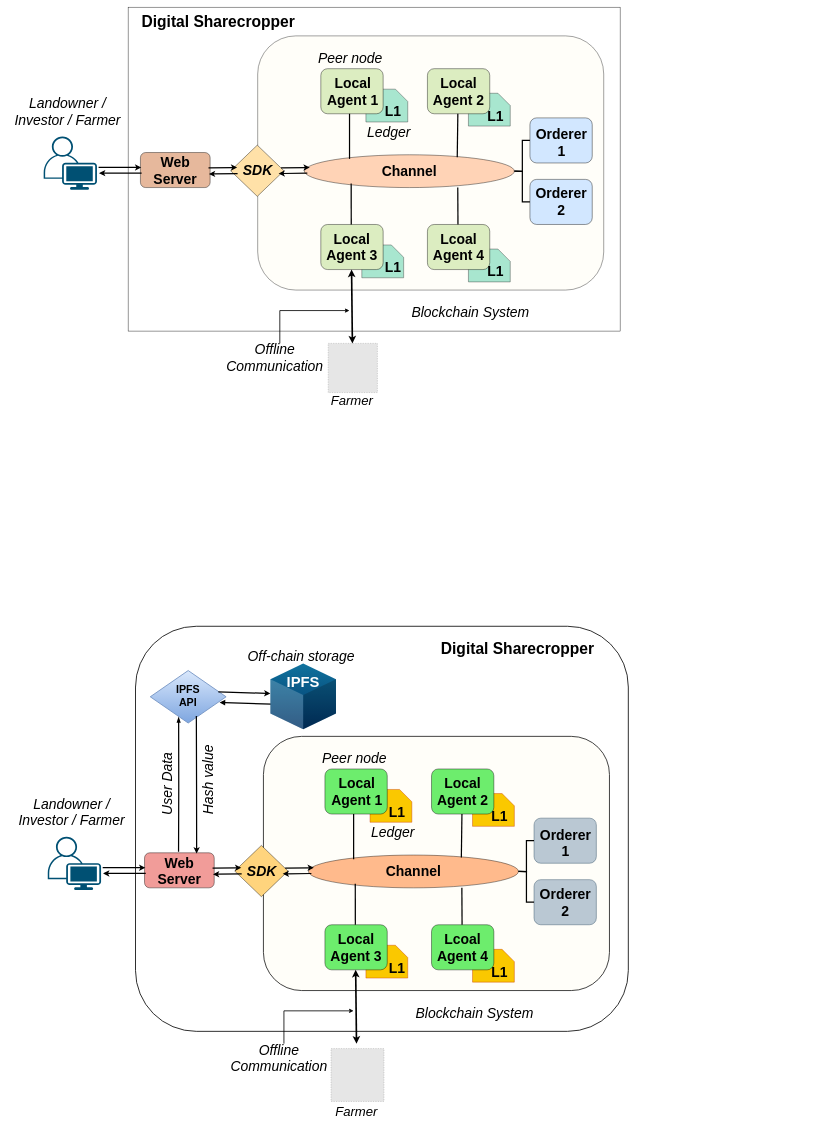
Above: page "Page-2" (2 of 4) of files/Fabric-Diagrams.drawio in Arif-Shahriar028/draw.io (draw.io), before the change. Source tidied: cells renumbered, new cells numbered last; positions are measured from the earlier drawing's top-left corner, leaving out a move shared by most shapes. Both pictures are drawn from the tidied source at 41%, with x=0, y=0 at pixel (7, 7). Pictures stored in the file or linked from it are replaced by grey dashed boxes.
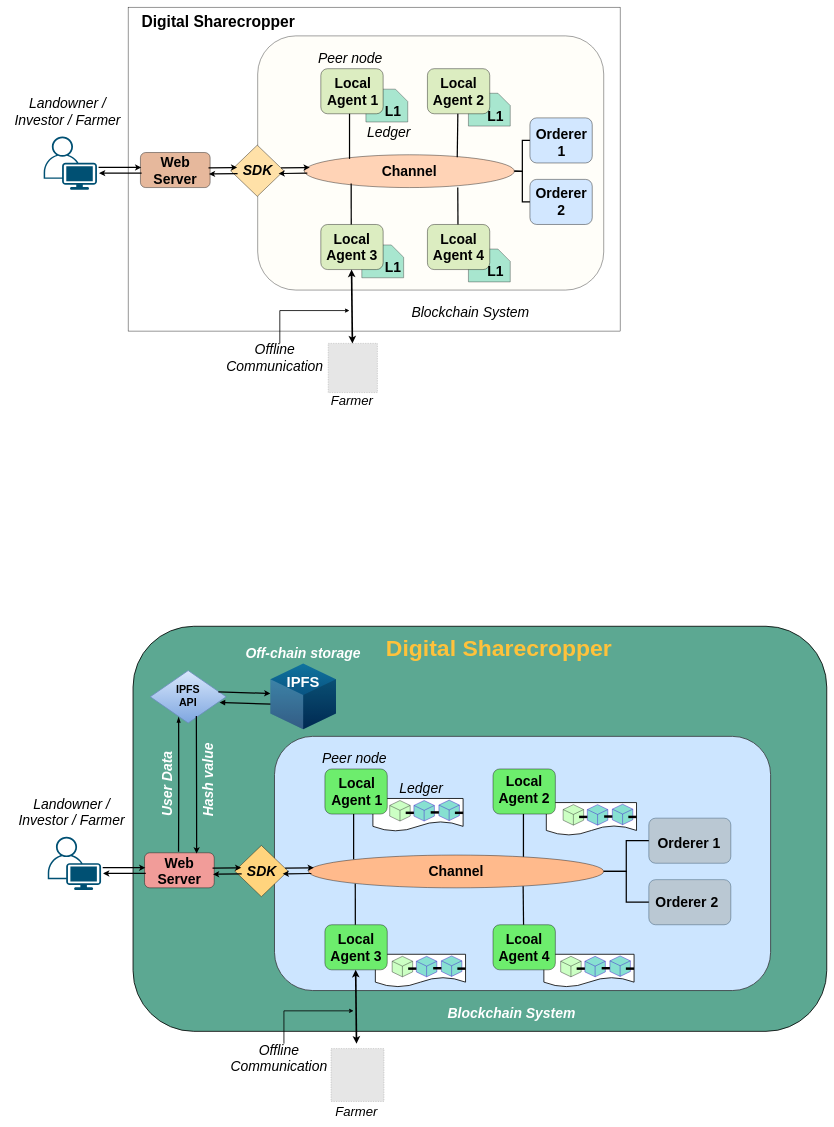
After the change.

The edit, as a diff of the source:
```diff
@@
+    <mxCell id="53" style="rounded=1;whiteSpace=wrap;html=1;strokeWidth=2;fontStyle=2;fontSize=32;fillColor=#5CA892;" parent="1" vertex="1">
+      <mxGeometry x="307" y="1510" width="1692" height="988" as="geometry" />
+    </mxCell>
+    <mxCell id="54" style="rounded=1;whiteSpace=wrap;html=1;fontStyle=2;fontSize=32;fillColor=#cce5ff;strokeColor=#36393d;strokeWidth=2;" parent="1" vertex="1">
+      <mxGeometry x="652" y="1778.5" width="1210" height="620" as="geometry" />
+    </mxCell>
+    <mxCell id="115" style="shape=document;whiteSpace=wrap;html=1;boundedLbl=1;strokeWidth=2;" parent="1" vertex="1">
+      <mxGeometry x="892" y="1930" width="220" height="80" as="geometry" />
+    </mxCell>
+    <mxCell id="116" style="html=1;whiteSpace=wrap;shape=isoCube2;backgroundOutline=1;isoAngle=15;fillColor=#CCFFC4;strokeColor=#1A1A1A;fontColor=#ffffff;fontStyle=1;fontSize=22;" parent="1" vertex="1">
+      <mxGeometry x="933" y="1935" width="50" height="50" as="geometry" />
+    </mxCell>
+    <mxCell id="117" style="html=1;whiteSpace=wrap;shape=isoCube2;backgroundOutline=1;isoAngle=15;fillColor=#87E0D1;fontColor=#ffffff;strokeColor=#3700CC;fontStyle=1;fontSize=22;" parent="1" vertex="1">
+      <mxGeometry x="992" y="1935" width="50" height="50" as="geometry" />
+    </mxCell>
+    <mxCell id="118" style="line;strokeWidth=6;html=1;fontStyle=1;fontSize=22;" parent="1" vertex="1">
+      <mxGeometry x="972" y="1960" width="20" height="10" as="geometry" />
+    </mxCell>
+    <mxCell id="119" style="html=1;whiteSpace=wrap;shape=isoCube2;backgroundOutline=1;isoAngle=15;fillColor=#87E0D1;fontColor=#ffffff;strokeColor=#3700CC;fontStyle=1;fontSize=22;" parent="1" vertex="1">
+      <mxGeometry x="1053" y="1934" width="50" height="50" as="geometry" />
+    </mxCell>
+    <mxCell id="120" style="line;strokeWidth=6;html=1;fontStyle=1;fontSize=22;" parent="1" vertex="1">
+      <mxGeometry x="1033" y="1959" width="20" height="10" as="geometry" />
+    </mxCell>
+    <mxCell id="121" style="line;strokeWidth=6;html=1;fontStyle=1;fontSize=22;" parent="1" vertex="1">
+      <mxGeometry x="1092" y="1960" width="20" height="10" as="geometry" />
+    </mxCell>
+    <mxCell id="122" style="shape=document;whiteSpace=wrap;html=1;boundedLbl=1;strokeWidth=2;" parent="1" vertex="1">
+      <mxGeometry x="1309" y="2310" width="220" height="80" as="geometry" />
+    </mxCell>
+    <mxCell id="123" style="html=1;whiteSpace=wrap;shape=isoCube2;backgroundOutline=1;isoAngle=15;fillColor=#CCFFC4;strokeColor=#1A1A1A;fontColor=#ffffff;fontStyle=1;fontSize=22;" parent="1" vertex="1">
+      <mxGeometry x="1350" y="2315" width="50" height="50" as="geometry" />
+    </mxCell>
+    <mxCell id="124" style="html=1;whiteSpace=wrap;shape=isoCube2;backgroundOutline=1;isoAngle=15;fillColor=#87E0D1;fontColor=#ffffff;strokeColor=#3700CC;fontStyle=1;fontSize=22;" parent="1" vertex="1">
+      <mxGeometry x="1409" y="2315" width="50" height="50" as="geometry" />
+    </mxCell>
+    <mxCell id="125" style="line;strokeWidth=6;html=1;fontStyle=1;fontSize=22;" parent="1" vertex="1">
+      <mxGeometry x="1389" y="2340" width="20" height="10" as="geometry" />
+    </mxCell>
+    <mxCell id="126" style="html=1;whiteSpace=wrap;shape=isoCube2;backgroundOutline=1;isoAngle=15;fillColor=#87E0D1;fontColor=#ffffff;strokeColor=#3700CC;fontStyle=1;fontSize=22;" parent="1" vertex="1">
+      <mxGeometry x="1470" y="2314" width="50" height="50" as="geometry" />
+    </mxCell>
+    <mxCell id="127" style="line;strokeWidth=6;html=1;fontStyle=1;fontSize=22;" parent="1" vertex="1">
+      <mxGeometry x="1450" y="2339" width="20" height="10" as="geometry" />
+    </mxCell>
+    <mxCell id="128" style="line;strokeWidth=6;html=1;fontStyle=1;fontSize=22;" parent="1" vertex="1">
+      <mxGeometry x="1509" y="2340" width="20" height="10" as="geometry" />
+    </mxCell>
+    <mxCell id="129" style="shape=document;whiteSpace=wrap;html=1;boundedLbl=1;strokeWidth=2;" parent="1" vertex="1">
+      <mxGeometry x="898" y="2310" width="220" height="80" as="geometry" />
+    </mxCell>
+    <mxCell id="130" style="html=1;whiteSpace=wrap;shape=isoCube2;backgroundOutline=1;isoAngle=15;fillColor=#CCFFC4;strokeColor=#1A1A1A;fontColor=#ffffff;fontStyle=1;fontSize=22;" parent="1" vertex="1">
+      <mxGeometry x="939" y="2315" width="50" height="50" as="geometry" />
+    </mxCell>
+    <mxCell id="131" style="html=1;whiteSpace=wrap;shape=isoCube2;backgroundOutline=1;isoAngle=15;fillColor=#87E0D1;fontColor=#ffffff;strokeColor=#3700CC;fontStyle=1;fontSize=22;" parent="1" vertex="1">
+      <mxGeometry x="998" y="2315" width="50" height="50" as="geometry" />
+    </mxCell>
+    <mxCell id="132" style="line;strokeWidth=6;html=1;fontStyle=1;fontSize=22;" parent="1" vertex="1">
+      <mxGeometry x="978" y="2340" width="20" height="10" as="geometry" />
+    </mxCell>
+    <mxCell id="133" style="html=1;whiteSpace=wrap;shape=isoCube2;backgroundOutline=1;isoAngle=15;fillColor=#87E0D1;fontColor=#ffffff;strokeColor=#3700CC;fontStyle=1;fontSize=22;" parent="1" vertex="1">
+      <mxGeometry x="1059" y="2314" width="50" height="50" as="geometry" />
+    </mxCell>
+    <mxCell id="134" style="line;strokeWidth=6;html=1;fontStyle=1;fontSize=22;" parent="1" vertex="1">
+      <mxGeometry x="1039" y="2339" width="20" height="10" as="geometry" />
+    </mxCell>
+    <mxCell id="135" style="line;strokeWidth=6;html=1;fontStyle=1;fontSize=22;" parent="1" vertex="1">
+      <mxGeometry x="1098" y="2340" width="20" height="10" as="geometry" />
+    </mxCell>
+    <mxCell id="136" style="shape=document;whiteSpace=wrap;html=1;boundedLbl=1;strokeWidth=2;" parent="1" vertex="1">
+      <mxGeometry x="1315" y="1940" width="220" height="80" as="geometry" />
+    </mxCell>
@@
-    <mxCell id="53" style="rounded=1;whiteSpace=wrap;html=1;strokeWidth=2;fontStyle=2;fontSize=32;" parent="1" vertex="1">
-      <mxGeometry x="313" y="1510" width="1202" height="988" as="geometry" />
-    </mxCell>
-    <mxCell id="54" style="rounded=1;whiteSpace=wrap;html=1;fontStyle=2;fontSize=32;fillColor=#FFFEF9;fontColor=#333333;strokeColor=#1A1A1A;strokeWidth=2;" parent="1" vertex="1">
-      <mxGeometry x="625" y="1778.5" width="844" height="620" as="geometry" />
-    </mxCell>
-    <mxCell id="55" style="shape=card;whiteSpace=wrap;html=1;direction=south;fillColor=#FAC800;strokeColor=#C73500;fontStyle=2;fontSize=34;fontColor=#000000;" parent="1" vertex="1">
-      <mxGeometry x="1135" y="2298" width="102" height="80" as="geometry" />
-    </mxCell>
-    <mxCell id="56" style="shape=card;whiteSpace=wrap;html=1;direction=south;fillColor=#FAC800;strokeColor=#C73500;fontStyle=2;fontSize=34;fontColor=#000000;" parent="1" vertex="1">
-      <mxGeometry x="875" y="2288" width="102" height="80" as="geometry" />
-    </mxCell>
-    <mxCell id="57" style="shape=card;whiteSpace=wrap;html=1;direction=south;fillColor=#FAC800;strokeColor=#C73500;fontStyle=2;fontSize=34;fontColor=#000000;" parent="1" vertex="1">
-      <mxGeometry x="1135" y="1918" width="102" height="80" as="geometry" />
-    </mxCell>
-    <mxCell id="58" style="shape=card;whiteSpace=wrap;html=1;direction=south;fillColor=#FAC800;strokeColor=#C73500;fontStyle=2;fontSize=34;fontColor=#000000;" parent="1" vertex="1">
-      <mxGeometry x="885" y="1908" width="102" height="80" as="geometry" />
-    </mxCell>
     <mxCell id="59" value="&lt;font style=&quot;font-size: 34px;&quot;&gt;Channel&lt;/font&gt;" style="ellipse;whiteSpace=wrap;html=1;fillColor=#FFBA8C;strokeColor=#000000;gradientColor=none;fontStyle=1;fontSize=34;" parent="1" vertex="1">
-      <mxGeometry x="735" y="2068" width="512" height="80" as="geometry" />
+      <mxGeometry x="735" y="2068" width="720" height="80" as="geometry" />
     </mxCell>
@@
     <mxCell id="61" style="rounded=1;whiteSpace=wrap;html=1;fillColor=#6DED6D;fontStyle=2;fontSize=34;" parent="1" vertex="1">
-      <mxGeometry x="1035" y="1858" width="152" height="110" as="geometry" />
+      <mxGeometry x="1185" y="1858" width="152" height="110" as="geometry" />
     </mxCell>
@@
     <mxCell id="63" style="rounded=1;whiteSpace=wrap;html=1;fillColor=#6DED6D;fontStyle=2;fontSize=34;" parent="1" vertex="1">
-      <mxGeometry x="1035" y="2238" width="152" height="110" as="geometry" />
+      <mxGeometry x="1185" y="2238" width="152" height="110" as="geometry" />
     </mxCell>
     <mxCell id="64" style="rounded=1;whiteSpace=wrap;html=1;fillColor=#bac8d3;strokeColor=#23445d;fontStyle=2;fontSize=34;" parent="1" vertex="1">
-      <mxGeometry x="1285" y="1978" width="152" height="110" as="geometry" />
+      <mxGeometry x="1565" y="1978" width="200" height="110" as="geometry" />
     </mxCell>
@@
     <mxCell id="68" value="&lt;font style=&quot;font-size: 34px;&quot;&gt;&lt;span style=&quot;font-size: 34px;&quot;&gt;Local Agent 2&lt;/span&gt;&lt;/font&gt;" style="text;html=1;strokeColor=none;fillColor=none;align=center;verticalAlign=middle;whiteSpace=wrap;rounded=0;fontStyle=1;fontSize=34;" parent="1" vertex="1">
-      <mxGeometry x="1045" y="1898" width="132" height="30" as="geometry" />
+      <mxGeometry x="1195" y="1893" width="132" height="30" as="geometry" />
     </mxCell>
@@
     <mxCell id="70" value="&lt;font style=&quot;font-size: 34px;&quot;&gt;&lt;span style=&quot;font-size: 34px;&quot;&gt;Lcoal Agent 4&lt;/span&gt;&lt;br style=&quot;font-size: 34px;&quot;&gt;&lt;/font&gt;" style="text;html=1;strokeColor=none;fillColor=none;align=center;verticalAlign=middle;whiteSpace=wrap;rounded=0;fontStyle=1;fontSize=34;" parent="1" vertex="1">
-      <mxGeometry x="1045" y="2278" width="132" height="30" as="geometry" />
+      <mxGeometry x="1195" y="2278" width="132" height="30" as="geometry" />
     </mxCell>
-    <mxCell id="71" value="&lt;span style=&quot;font-size: 34px;&quot;&gt;&lt;span style=&quot;font-size: 34px;&quot;&gt;L1&lt;/span&gt;&lt;/span&gt;" style="text;html=1;strokeColor=none;fillColor=none;align=center;verticalAlign=middle;whiteSpace=wrap;rounded=0;fontStyle=1;fontSize=34;" parent="1" vertex="1">
-      <mxGeometry x="905" y="1948" width="92" height="30" as="geometry" />
-    </mxCell>
-    <mxCell id="72" value="&lt;span style=&quot;font-size: 34px;&quot;&gt;&lt;span style=&quot;font-size: 34px;&quot;&gt;L1&lt;/span&gt;&lt;/span&gt;" style="text;html=1;strokeColor=none;fillColor=none;align=center;verticalAlign=middle;whiteSpace=wrap;rounded=0;fontStyle=1;fontSize=34;" parent="1" vertex="1">
-      <mxGeometry x="1155" y="1958" width="92" height="30" as="geometry" />
-    </mxCell>
-    <mxCell id="73" value="&lt;span style=&quot;font-size: 34px;&quot;&gt;&lt;span style=&quot;font-size: 34px;&quot;&gt;L1&lt;/span&gt;&lt;/span&gt;" style="text;html=1;strokeColor=none;fillColor=none;align=center;verticalAlign=middle;whiteSpace=wrap;rounded=0;fontStyle=1;fontSize=34;" parent="1" vertex="1">
-      <mxGeometry x="1155" y="2338" width="92" height="30" as="geometry" />
-    </mxCell>
-    <mxCell id="74" value="&lt;span style=&quot;font-size: 34px;&quot;&gt;&lt;span style=&quot;font-size: 34px;&quot;&gt;L1&lt;/span&gt;&lt;/span&gt;" style="text;html=1;strokeColor=none;fillColor=none;align=center;verticalAlign=middle;whiteSpace=wrap;rounded=0;fontStyle=1;fontSize=34;" parent="1" vertex="1">
-      <mxGeometry x="905" y="2328" width="92" height="30" as="geometry" />
-    </mxCell>
@@
     <mxCell id="76" value="&lt;span style=&quot;font-size: 34px;&quot;&gt;Ledger&lt;/span&gt;" style="text;html=1;strokeColor=none;fillColor=none;align=center;verticalAlign=middle;whiteSpace=wrap;rounded=0;fontStyle=2;fontSize=34;" parent="1" vertex="1">
-      <mxGeometry x="895" y="1998" width="92" height="30" as="geometry" />
+      <mxGeometry x="964" y="1890" width="92" height="30" as="geometry" />
     </mxCell>
     <mxCell id="77" value="&lt;font style=&quot;font-size: 34px;&quot;&gt;&lt;span style=&quot;font-size: 34px;&quot;&gt;Orderer 1&lt;/span&gt;&lt;/font&gt;" style="text;html=1;strokeColor=none;fillColor=none;align=center;verticalAlign=middle;whiteSpace=wrap;rounded=0;fontStyle=1;fontSize=34;" parent="1" vertex="1">
-      <mxGeometry x="1291" y="2023.5" width="142" height="30" as="geometry" />
+      <mxGeometry x="1571" y="2023.5" width="184" height="30" as="geometry" />
     </mxCell>
@@
-    <mxCell id="79" style="endArrow=none;html=1;rounded=0;strokeWidth=3;exitX=0.728;exitY=0.072;exitDx=0;exitDy=0;exitPerimeter=0;fontStyle=2;fontSize=34;" parent="1" edge="1" source="59">
+    <mxCell id="79" style="endArrow=none;html=1;rounded=0;strokeWidth=3;fontStyle=2;fontSize=34;exitX=0.728;exitY=0.052;exitDx=0;exitDy=0;exitPerimeter=0;" parent="1" edge="1" source="59">
       <mxGeometry relative="1" as="geometry">
-        <mxPoint x="1109.2" y="1968" as="targetPoint" />
+        <mxPoint x="1259.2" y="1968" as="targetPoint" />
       </mxGeometry>
     </mxCell>
@@
-    <mxCell id="81" style="endArrow=none;html=1;rounded=0;strokeWidth=3;fontStyle=2;fontSize=34;" parent="1" edge="1">
+    <mxCell id="81" style="endArrow=none;html=1;rounded=0;strokeWidth=3;fontStyle=2;fontSize=34;entryX=0.727;entryY=0.952;entryDx=0;entryDy=0;entryPerimeter=0;" parent="1" edge="1" target="59">
       <mxGeometry relative="1" as="geometry">
-        <mxPoint x="1109.5" y="2238" as="sourcePoint" />
-        <mxPoint x="1109" y="2148" as="targetPoint" />
+        <mxPoint x="1259.5" y="2238" as="sourcePoint" />
       </mxGeometry>
     </mxCell>
-    <mxCell id="82" value="&lt;font style=&quot;font-size: 34px;&quot;&gt;&lt;span style=&quot;font-size: 34px;&quot;&gt;Blockchain System&lt;/span&gt;&lt;/font&gt;" style="text;html=1;strokeColor=none;fillColor=none;align=center;verticalAlign=middle;whiteSpace=wrap;rounded=0;fontStyle=2;fontSize=34;" parent="1" vertex="1">
-      <mxGeometry x="991" y="2438" width="298" height="30" as="geometry" />
+    <mxCell id="82" value="&lt;font style=&quot;font-size: 34px;&quot;&gt;&lt;span style=&quot;font-size: 34px;&quot;&gt;Blockchain System&lt;/span&gt;&lt;/font&gt;" style="text;html=1;strokeColor=none;fillColor=none;align=center;verticalAlign=middle;whiteSpace=wrap;rounded=0;fontStyle=3;fontSize=34;fontColor=#FFFFFF;" parent="1" vertex="1">
+      <mxGeometry x="1016" y="2438" width="429" height="30" as="geometry" />
     </mxCell>
@@
-    <mxCell id="91" value="&lt;font style=&quot;font-size: 38px;&quot;&gt;&lt;span style=&quot;font-size: 38px;&quot;&gt;Digital Sharecropper&lt;/span&gt;&lt;/font&gt;" style="text;html=1;strokeColor=none;fillColor=none;align=center;verticalAlign=middle;whiteSpace=wrap;rounded=0;fontStyle=1;fontSize=38;" parent="1" vertex="1">
-      <mxGeometry x="1045" y="1550" width="400" height="30" as="geometry" />
+    <mxCell id="91" value="&lt;font color=&quot;#ffc23b&quot; style=&quot;font-size: 56px;&quot;&gt;Digital Sharecropper&lt;/font&gt;" style="text;html=1;strokeColor=none;fillColor=none;align=center;verticalAlign=middle;whiteSpace=wrap;rounded=0;fontStyle=1;fontSize=38;" parent="1" vertex="1">
+      <mxGeometry x="879" y="1548" width="641" height="30" as="geometry" />
     </mxCell>
@@
     <mxCell id="98" style="rounded=1;whiteSpace=wrap;html=1;fillColor=#bac8d3;strokeColor=#23445d;fontStyle=2;fontSize=34;" parent="1" vertex="1">
-      <mxGeometry x="1285" y="2128" width="152" height="110" as="geometry" />
+      <mxGeometry x="1565" y="2128" width="200" height="110" as="geometry" />
     </mxCell>
     <mxCell id="99" value="&lt;font style=&quot;font-size: 34px;&quot;&gt;&lt;span style=&quot;font-size: 34px;&quot;&gt;Orderer 2&lt;/span&gt;&lt;/font&gt;" style="text;html=1;strokeColor=none;fillColor=none;align=center;verticalAlign=middle;whiteSpace=wrap;rounded=0;fontStyle=1;fontSize=34;" parent="1" vertex="1">
-      <mxGeometry x="1289.5" y="2168" width="143" height="30" as="geometry" />
+      <mxGeometry x="1569.5" y="2168" width="175.5" height="30" as="geometry" />
     </mxCell>
-    <mxCell id="100" style="endArrow=none;html=1;rounded=0;edgeStyle=orthogonalEdgeStyle;entryX=0;entryY=0.5;entryDx=0;entryDy=0;strokeWidth=3;fontSize=34;fontStyle=2;" parent="1" edge="1" target="98">
-      <mxGeometry relative="1" as="geometry">
-        <mxPoint x="1247" y="2108" as="sourcePoint" />
-      </mxGeometry>
+    <mxCell id="100" style="endArrow=none;html=1;rounded=0;edgeStyle=orthogonalEdgeStyle;entryX=0;entryY=0.5;entryDx=0;entryDy=0;strokeWidth=3;fontSize=34;fontStyle=2;exitX=1;exitY=0.5;exitDx=0;exitDy=0;" parent="1" edge="1" source="59" target="98">
+      <mxGeometry relative="1" as="geometry" />
     </mxCell>
-    <mxCell id="101" style="endArrow=none;html=1;rounded=0;edgeStyle=orthogonalEdgeStyle;entryX=0;entryY=0.5;entryDx=0;entryDy=0;strokeWidth=3;fontSize=34;fontStyle=2;" parent="1" edge="1" target="64">
-      <mxGeometry relative="1" as="geometry">
-        <mxPoint x="1247" y="2108" as="sourcePoint" />
-      </mxGeometry>
+    <mxCell id="101" style="endArrow=none;html=1;rounded=0;edgeStyle=orthogonalEdgeStyle;entryX=0;entryY=0.5;entryDx=0;entryDy=0;strokeWidth=3;fontSize=34;fontStyle=2;exitX=1;exitY=0.5;exitDx=0;exitDy=0;" parent="1" edge="1" source="59" target="64">
+      <mxGeometry relative="1" as="geometry" />
     </mxCell>
@@
-    <mxCell id="111" value="Off-chain storage" style="text;html=1;strokeColor=none;fillColor=none;align=center;verticalAlign=middle;whiteSpace=wrap;rounded=0;fontStyle=2;fontSize=34;" parent="1" vertex="1">
-      <mxGeometry x="585" y="1568" width="264" height="30" as="geometry" />
+    <mxCell id="111" value="Off-chain storage" style="text;html=1;align=center;verticalAlign=middle;whiteSpace=wrap;rounded=0;fontStyle=3;fontSize=34;fontColor=#FFFFFF;" parent="1" vertex="1">
+      <mxGeometry x="575" y="1561" width="294" height="30" as="geometry" />
     </mxCell>
-    <mxCell id="112" value="User Data" style="text;html=1;strokeColor=none;fillColor=none;align=center;verticalAlign=middle;whiteSpace=wrap;rounded=0;fontStyle=2;fontSize=34;rotation=-90;" parent="1" vertex="1">
+    <mxCell id="112" value="User Data" style="text;html=1;align=center;verticalAlign=middle;whiteSpace=wrap;rounded=0;fontStyle=3;fontSize=34;rotation=-90;fontColor=#FFFFFF;" parent="1" vertex="1">
       <mxGeometry x="259" y="1879" width="264" height="30" as="geometry" />
     </mxCell>
-    <mxCell id="113" value="Hash value" style="text;html=1;strokeColor=none;fillColor=none;align=center;verticalAlign=middle;whiteSpace=wrap;rounded=0;fontStyle=2;fontSize=34;rotation=-90;" parent="1" vertex="1">
+    <mxCell id="113" value="Hash value" style="text;html=1;align=center;verticalAlign=middle;whiteSpace=wrap;rounded=0;fontStyle=3;fontSize=34;rotation=-90;fontColor=#FFFFFF;" parent="1" vertex="1">
       <mxGeometry x="359" y="1869" width="264" height="30" as="geometry" />
     </mxCell>
@@
+    <mxCell id="137" style="html=1;whiteSpace=wrap;shape=isoCube2;backgroundOutline=1;isoAngle=15;fillColor=#CCFFC4;strokeColor=#1A1A1A;fontColor=#ffffff;fontStyle=1;fontSize=22;" parent="1" vertex="1">
+      <mxGeometry x="1356" y="1945" width="50" height="50" as="geometry" />
+    </mxCell>
+    <mxCell id="138" style="html=1;whiteSpace=wrap;shape=isoCube2;backgroundOutline=1;isoAngle=15;fillColor=#87E0D1;fontColor=#ffffff;strokeColor=#3700CC;fontStyle=1;fontSize=22;" parent="1" vertex="1">
+      <mxGeometry x="1415" y="1945" width="50" height="50" as="geometry" />
+    </mxCell>
+    <mxCell id="139" style="line;strokeWidth=6;html=1;fontStyle=1;fontSize=22;" parent="1" vertex="1">
+      <mxGeometry x="1395" y="1970" width="20" height="10" as="geometry" />
+    </mxCell>
+    <mxCell id="140" style="html=1;whiteSpace=wrap;shape=isoCube2;backgroundOutline=1;isoAngle=15;fillColor=#87E0D1;fontColor=#ffffff;strokeColor=#3700CC;fontStyle=1;fontSize=22;" parent="1" vertex="1">
+      <mxGeometry x="1476" y="1944" width="50" height="50" as="geometry" />
+    </mxCell>
+    <mxCell id="141" style="line;strokeWidth=6;html=1;fontStyle=1;fontSize=22;" parent="1" vertex="1">
+      <mxGeometry x="1456" y="1969" width="20" height="10" as="geometry" />
+    </mxCell>
+    <mxCell id="142" style="line;strokeWidth=6;html=1;fontStyle=1;fontSize=22;" parent="1" vertex="1">
+      <mxGeometry x="1515" y="1970" width="20" height="10" as="geometry" />
+    </mxCell>
```
